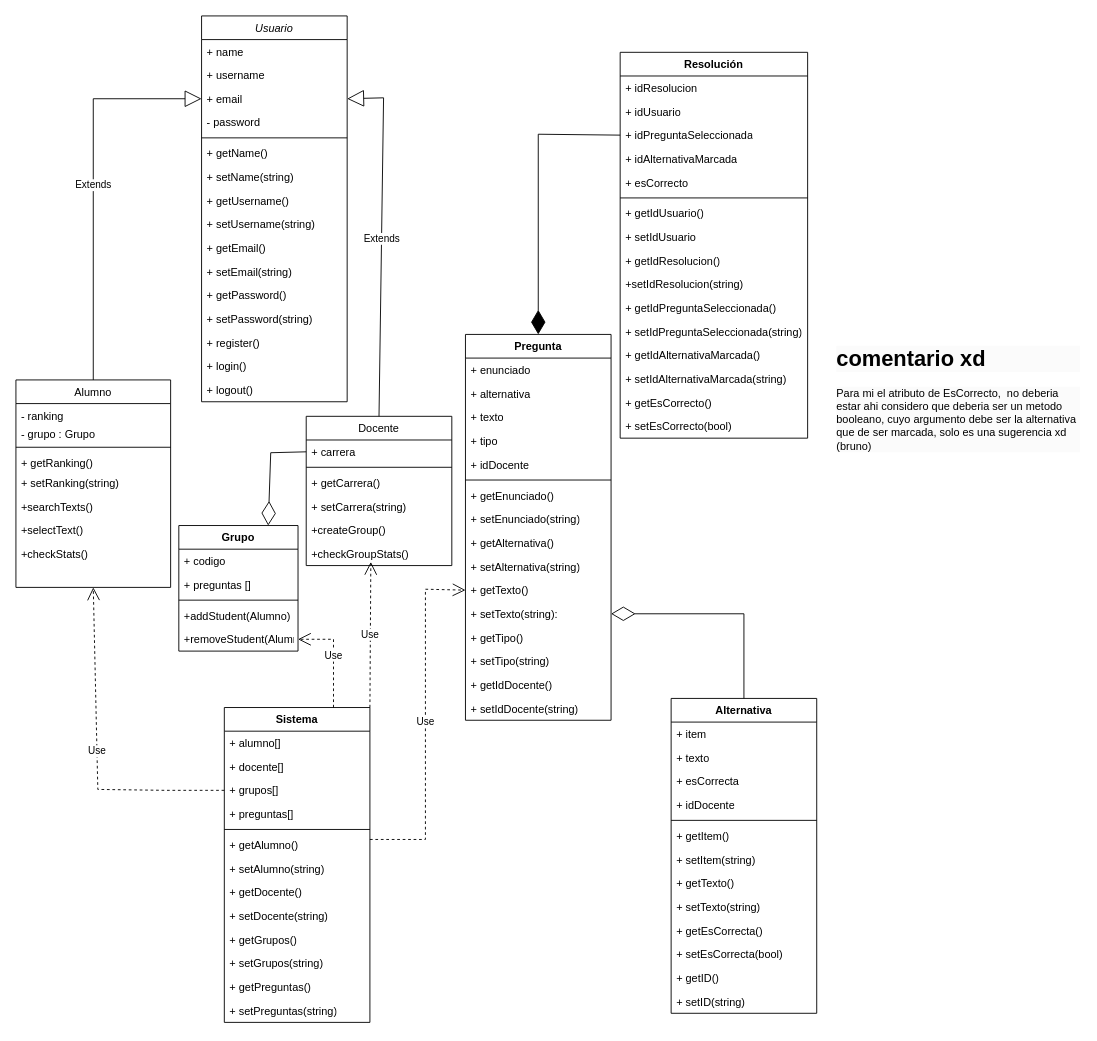
Above: ProjectAlgo2.drawio in jhordannfree/proyectoAlgo2 (draw.io), before the change. Source tidied: cells renumbered, new cells numbered last; positions are measured from the earlier drawing's top-left corner, leaving out a move shared by most shapes. Both pictures are drawn from the tidied source at 91%, with x=0, y=0 at pixel (15, 15).
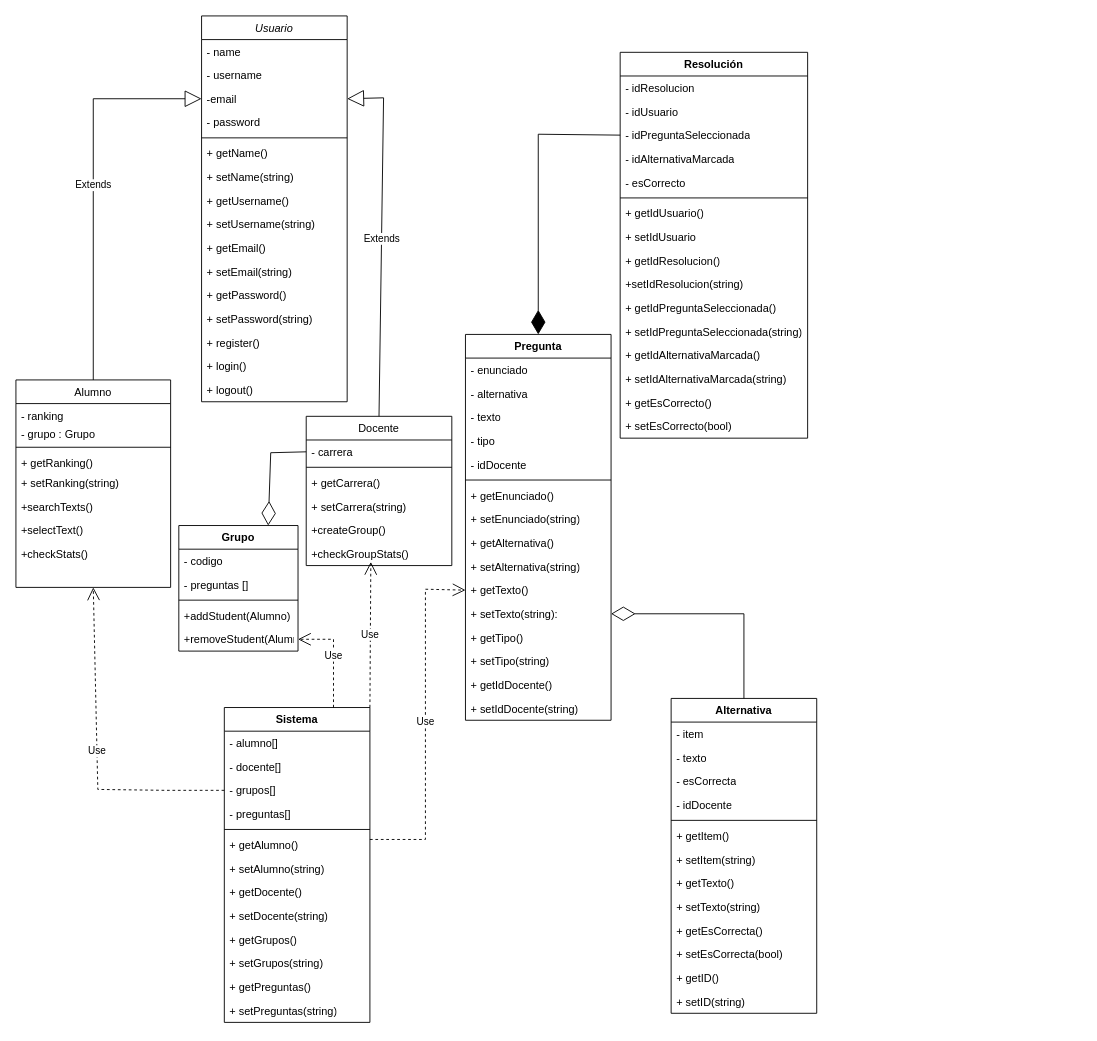
The same diagram, later.

The change refers to these unchanged cells:
```xml
<mxCell id="2" value="Usuario" style="swimlane;fontStyle=2;align=center;verticalAlign=top;horizontal=1;startSize=26;rounded=0;shadow=0;strokeWidth=1;" parent="1" vertex="1">
  <mxGeometry x="204" width="160" height="424" as="geometry" />
</mxCell>
<mxCell id="28" value="Docente" style="swimlane;fontStyle=0;align=center;verticalAlign=top;horizontal=1;startSize=26;rounded=0;shadow=0;strokeWidth=1;" parent="1" vertex="1">
  <mxGeometry x="319" y="440" width="160" height="164" as="geometry" />
</mxCell>
<mxCell id="35" value="Pregunta" style="swimlane;fontStyle=1;align=center;verticalAlign=top;horizontal=1;startSize=26;whiteSpace=wrap;html=1;" parent="1" vertex="1">
  <mxGeometry x="494" y="350" width="160" height="424" as="geometry" />
</mxCell>
<mxCell id="52" value="Grupo" style="swimlane;fontStyle=1;align=center;verticalAlign=top;horizontal=1;startSize=26;whiteSpace=wrap;html=1;" parent="1" vertex="1">
  <mxGeometry x="179" y="560" width="131" height="138" as="geometry" />
</mxCell>
<mxCell id="58" value="Alternativa" style="swimlane;fontStyle=1;align=center;verticalAlign=top;horizontal=1;startSize=26;whiteSpace=wrap;html=1;" parent="1" vertex="1">
  <mxGeometry x="720" y="750" width="160" height="346" as="geometry" />
</mxCell>
<mxCell id="72" value="Sistema" style="swimlane;fontStyle=1;align=center;verticalAlign=top;horizontal=1;startSize=26;whiteSpace=wrap;html=1;" parent="1" vertex="1">
  <mxGeometry x="229" y="760" width="160" height="346" as="geometry" />
</mxCell>
<mxCell id="86" value="Resolución" style="swimlane;fontStyle=1;align=center;verticalAlign=top;horizontal=1;startSize=26;whiteSpace=wrap;html=1;" parent="1" vertex="1">
  <mxGeometry x="664" y="40" width="206" height="424" as="geometry" />
</mxCell>
```

The edit, as a diff of the source:
```diff
@@
-    <mxCell id="3" value="+ name" style="text;align=left;verticalAlign=top;spacingLeft=4;spacingRight=4;overflow=hidden;" parent="2" vertex="1">
+    <mxCell id="3" value="- name" style="text;align=left;verticalAlign=top;spacingLeft=4;spacingRight=4;overflow=hidden;" parent="2" vertex="1">
       <mxGeometry y="26" width="160" height="26" as="geometry" />
     </mxCell>
-    <mxCell id="4" value="+ username" style="text;align=left;verticalAlign=top;spacingLeft=4;spacingRight=4;overflow=hidden;rounded=0;shadow=0;html=0;" parent="2" vertex="1">
+    <mxCell id="4" value="- username" style="text;align=left;verticalAlign=top;spacingLeft=4;spacingRight=4;overflow=hidden;rounded=0;shadow=0;html=0;" parent="2" vertex="1">
       <mxGeometry y="52" width="160" height="26" as="geometry" />
     </mxCell>
-    <mxCell id="5" value="+ email" style="text;align=left;verticalAlign=top;spacingLeft=4;spacingRight=4;overflow=hidden;points=[[0,0.5],[1,0.5]];portConstraint=eastwest;rounded=0;shadow=0;html=0;" parent="2" vertex="1">
+    <mxCell id="5" value="-email" style="text;align=left;verticalAlign=top;spacingLeft=4;spacingRight=4;overflow=hidden;points=[[0,0.5],[1,0.5]];portConstraint=eastwest;rounded=0;shadow=0;html=0;" parent="2" vertex="1">
       <mxGeometry y="78" width="160" height="26" as="geometry" />
     </mxCell>
@@
-    <mxCell id="29" value="+ carrera" style="text;align=left;verticalAlign=top;spacingLeft=4;spacingRight=4;overflow=hidden;points=[[0,0.5],[1,0.5]];portConstraint=eastwest;" parent="28" vertex="1">
+    <mxCell id="29" value="- carrera" style="text;align=left;verticalAlign=top;spacingLeft=4;spacingRight=4;overflow=hidden;points=[[0,0.5],[1,0.5]];portConstraint=eastwest;" parent="28" vertex="1">
       <mxGeometry y="26" width="160" height="26" as="geometry" />
     </mxCell>
@@
-    <mxCell id="36" value="+ enunciado" style="text;strokeColor=none;fillColor=none;align=left;verticalAlign=top;spacingLeft=4;spacingRight=4;overflow=hidden;whiteSpace=wrap;html=1;" parent="35" vertex="1">
+    <mxCell id="36" value="- enunciado" style="text;strokeColor=none;fillColor=none;align=left;verticalAlign=top;spacingLeft=4;spacingRight=4;overflow=hidden;whiteSpace=wrap;html=1;" parent="35" vertex="1">
       <mxGeometry y="26" width="160" height="26" as="geometry" />
     </mxCell>
-    <mxCell id="37" value="+ alternativa" style="text;strokeColor=none;fillColor=none;align=left;verticalAlign=top;spacingLeft=4;spacingRight=4;overflow=hidden;whiteSpace=wrap;html=1;" parent="35" vertex="1">
+    <mxCell id="37" value="- alternativa" style="text;strokeColor=none;fillColor=none;align=left;verticalAlign=top;spacingLeft=4;spacingRight=4;overflow=hidden;whiteSpace=wrap;html=1;" parent="35" vertex="1">
       <mxGeometry y="52" width="160" height="26" as="geometry" />
     </mxCell>
-    <mxCell id="38" value="+ texto" style="text;strokeColor=none;fillColor=none;align=left;verticalAlign=top;spacingLeft=4;spacingRight=4;overflow=hidden;whiteSpace=wrap;html=1;" parent="35" vertex="1">
+    <mxCell id="38" value="- texto" style="text;strokeColor=none;fillColor=none;align=left;verticalAlign=top;spacingLeft=4;spacingRight=4;overflow=hidden;whiteSpace=wrap;html=1;" parent="35" vertex="1">
       <mxGeometry y="78" width="160" height="26" as="geometry" />
     </mxCell>
-    <mxCell id="39" value="+ tipo" style="text;strokeColor=none;fillColor=none;align=left;verticalAlign=top;spacingLeft=4;spacingRight=4;overflow=hidden;whiteSpace=wrap;html=1;" parent="35" vertex="1">
+    <mxCell id="39" value="- tipo" style="text;strokeColor=none;fillColor=none;align=left;verticalAlign=top;spacingLeft=4;spacingRight=4;overflow=hidden;whiteSpace=wrap;html=1;" parent="35" vertex="1">
       <mxGeometry y="104" width="160" height="26" as="geometry" />
     </mxCell>
-    <mxCell id="40" value="+ idDocente" style="text;strokeColor=none;fillColor=none;align=left;verticalAlign=top;spacingLeft=4;spacingRight=4;overflow=hidden;whiteSpace=wrap;html=1;" parent="35" vertex="1">
+    <mxCell id="40" value="- idDocente" style="text;strokeColor=none;fillColor=none;align=left;verticalAlign=top;spacingLeft=4;spacingRight=4;overflow=hidden;whiteSpace=wrap;html=1;" parent="35" vertex="1">
       <mxGeometry y="130" width="160" height="26" as="geometry" />
     </mxCell>
@@
-    <mxCell id="53" value="+ codigo" style="text;strokeColor=none;fillColor=none;align=left;verticalAlign=top;spacingLeft=4;spacingRight=4;overflow=hidden;whiteSpace=wrap;html=1;" parent="52" vertex="1">
+    <mxCell id="53" value="- codigo" style="text;strokeColor=none;fillColor=none;align=left;verticalAlign=top;spacingLeft=4;spacingRight=4;overflow=hidden;whiteSpace=wrap;html=1;" parent="52" vertex="1">
       <mxGeometry y="26" width="131" height="26" as="geometry" />
     </mxCell>
-    <mxCell id="54" value="+ preguntas []" style="text;strokeColor=none;fillColor=none;align=left;verticalAlign=top;spacingLeft=4;spacingRight=4;overflow=hidden;whiteSpace=wrap;html=1;" parent="52" vertex="1">
+    <mxCell id="54" value="- preguntas []" style="text;strokeColor=none;fillColor=none;align=left;verticalAlign=top;spacingLeft=4;spacingRight=4;overflow=hidden;whiteSpace=wrap;html=1;" parent="52" vertex="1">
       <mxGeometry y="52" width="131" height="26" as="geometry" />
     </mxCell>
@@
-    <mxCell id="59" value="+ item" style="text;strokeColor=none;fillColor=none;align=left;verticalAlign=top;spacingLeft=4;spacingRight=4;overflow=hidden;whiteSpace=wrap;html=1;" parent="58" vertex="1">
+    <mxCell id="59" value="- item" style="text;strokeColor=none;fillColor=none;align=left;verticalAlign=top;spacingLeft=4;spacingRight=4;overflow=hidden;whiteSpace=wrap;html=1;" parent="58" vertex="1">
       <mxGeometry y="26" width="160" height="26" as="geometry" />
     </mxCell>
-    <mxCell id="60" value="+ texto" style="text;strokeColor=none;fillColor=none;align=left;verticalAlign=top;spacingLeft=4;spacingRight=4;overflow=hidden;whiteSpace=wrap;html=1;" parent="58" vertex="1">
+    <mxCell id="60" value="- texto" style="text;strokeColor=none;fillColor=none;align=left;verticalAlign=top;spacingLeft=4;spacingRight=4;overflow=hidden;whiteSpace=wrap;html=1;" parent="58" vertex="1">
       <mxGeometry y="52" width="160" height="26" as="geometry" />
     </mxCell>
-    <mxCell id="61" value="+ esCorrecta" style="text;strokeColor=none;fillColor=none;align=left;verticalAlign=top;spacingLeft=4;spacingRight=4;overflow=hidden;whiteSpace=wrap;html=1;" parent="58" vertex="1">
+    <mxCell id="61" value="- esCorrecta" style="text;strokeColor=none;fillColor=none;align=left;verticalAlign=top;spacingLeft=4;spacingRight=4;overflow=hidden;whiteSpace=wrap;html=1;" parent="58" vertex="1">
       <mxGeometry y="78" width="160" height="26" as="geometry" />
     </mxCell>
-    <mxCell id="62" value="+ idDocente" style="text;strokeColor=none;fillColor=none;align=left;verticalAlign=top;spacingLeft=4;spacingRight=4;overflow=hidden;whiteSpace=wrap;html=1;" parent="58" vertex="1">
+    <mxCell id="62" value="-&amp;nbsp;idDocente" style="text;strokeColor=none;fillColor=none;align=left;verticalAlign=top;spacingLeft=4;spacingRight=4;overflow=hidden;whiteSpace=wrap;html=1;" parent="58" vertex="1">
       <mxGeometry y="104" width="160" height="26" as="geometry" />
     </mxCell>
@@
-    <mxCell id="73" value="+ alumno[]&amp;nbsp;" style="text;strokeColor=none;fillColor=none;align=left;verticalAlign=top;spacingLeft=4;spacingRight=4;overflow=hidden;whiteSpace=wrap;html=1;" parent="72" vertex="1">
+    <mxCell id="73" value="- alumno[]&amp;nbsp;" style="text;strokeColor=none;fillColor=none;align=left;verticalAlign=top;spacingLeft=4;spacingRight=4;overflow=hidden;whiteSpace=wrap;html=1;" parent="72" vertex="1">
       <mxGeometry y="26" width="160" height="26" as="geometry" />
     </mxCell>
-    <mxCell id="74" value="+ docente[]&amp;nbsp;" style="text;strokeColor=none;fillColor=none;align=left;verticalAlign=top;spacingLeft=4;spacingRight=4;overflow=hidden;whiteSpace=wrap;html=1;" parent="72" vertex="1">
+    <mxCell id="74" value="- docente[]&amp;nbsp;" style="text;strokeColor=none;fillColor=none;align=left;verticalAlign=top;spacingLeft=4;spacingRight=4;overflow=hidden;whiteSpace=wrap;html=1;" parent="72" vertex="1">
       <mxGeometry y="52" width="160" height="26" as="geometry" />
     </mxCell>
-    <mxCell id="75" value="+ grupos[]" style="text;strokeColor=none;fillColor=none;align=left;verticalAlign=top;spacingLeft=4;spacingRight=4;overflow=hidden;points=[[0,0.5],[1,0.5]];portConstraint=eastwest;whiteSpace=wrap;html=1;" parent="72" vertex="1">
+    <mxCell id="75" value="- grupos[]" style="text;strokeColor=none;fillColor=none;align=left;verticalAlign=top;spacingLeft=4;spacingRight=4;overflow=hidden;points=[[0,0.5],[1,0.5]];portConstraint=eastwest;whiteSpace=wrap;html=1;" parent="72" vertex="1">
       <mxGeometry y="78" width="160" height="26" as="geometry" />
     </mxCell>
-    <mxCell id="76" value="+ preguntas[]" style="text;strokeColor=none;fillColor=none;align=left;verticalAlign=top;spacingLeft=4;spacingRight=4;overflow=hidden;whiteSpace=wrap;html=1;" parent="72" vertex="1">
+    <mxCell id="76" value="- preguntas[]" style="text;strokeColor=none;fillColor=none;align=left;verticalAlign=top;spacingLeft=4;spacingRight=4;overflow=hidden;whiteSpace=wrap;html=1;" parent="72" vertex="1">
       <mxGeometry y="104" width="160" height="26" as="geometry" />
     </mxCell>
@@
-    <mxCell id="87" value="+ idResolucion" style="text;strokeColor=none;fillColor=none;align=left;verticalAlign=top;spacingLeft=4;spacingRight=4;overflow=hidden;whiteSpace=wrap;html=1;" parent="86" vertex="1">
+    <mxCell id="87" value="- idResolucion" style="text;strokeColor=none;fillColor=none;align=left;verticalAlign=top;spacingLeft=4;spacingRight=4;overflow=hidden;whiteSpace=wrap;html=1;" parent="86" vertex="1">
       <mxGeometry y="26" width="206" height="26" as="geometry" />
     </mxCell>
-    <mxCell id="88" value="+ idUsuario" style="text;strokeColor=none;fillColor=none;align=left;verticalAlign=top;spacingLeft=4;spacingRight=4;overflow=hidden;whiteSpace=wrap;html=1;" parent="86" vertex="1">
+    <mxCell id="88" value="- idUsuario" style="text;strokeColor=none;fillColor=none;align=left;verticalAlign=top;spacingLeft=4;spacingRight=4;overflow=hidden;whiteSpace=wrap;html=1;" parent="86" vertex="1">
       <mxGeometry y="52" width="206" height="26" as="geometry" />
     </mxCell>
-    <mxCell id="89" value="+ idPreguntaSeleccionada" style="text;strokeColor=none;fillColor=none;align=left;verticalAlign=top;spacingLeft=4;spacingRight=4;overflow=hidden;points=[[0,0.5],[1,0.5]];portConstraint=eastwest;whiteSpace=wrap;html=1;" parent="86" vertex="1">
+    <mxCell id="89" value="- idPreguntaSeleccionada" style="text;strokeColor=none;fillColor=none;align=left;verticalAlign=top;spacingLeft=4;spacingRight=4;overflow=hidden;points=[[0,0.5],[1,0.5]];portConstraint=eastwest;whiteSpace=wrap;html=1;" parent="86" vertex="1">
       <mxGeometry y="78" width="206" height="26" as="geometry" />
     </mxCell>
-    <mxCell id="90" value="+ idAlternativaMarcada" style="text;strokeColor=none;fillColor=none;align=left;verticalAlign=top;spacingLeft=4;spacingRight=4;overflow=hidden;whiteSpace=wrap;html=1;" parent="86" vertex="1">
+    <mxCell id="90" value="- idAlternativaMarcada" style="text;strokeColor=none;fillColor=none;align=left;verticalAlign=top;spacingLeft=4;spacingRight=4;overflow=hidden;whiteSpace=wrap;html=1;" parent="86" vertex="1">
       <mxGeometry y="104" width="206" height="26" as="geometry" />
     </mxCell>
-    <mxCell id="91" value="+ esCorrecto" style="text;strokeColor=none;fillColor=none;align=left;verticalAlign=top;spacingLeft=4;spacingRight=4;overflow=hidden;whiteSpace=wrap;html=1;" parent="86" vertex="1">
+    <mxCell id="91" value="- esCorrecto" style="text;strokeColor=none;fillColor=none;align=left;verticalAlign=top;spacingLeft=4;spacingRight=4;overflow=hidden;whiteSpace=wrap;html=1;" parent="86" vertex="1">
       <mxGeometry y="130" width="206" height="26" as="geometry" />
     </mxCell>
@@
-    <mxCell id="112" value="&lt;h1 style=&quot;border-color: var(--border-color); color: rgb(0, 0, 0); font-family: Helvetica; font-style: normal; font-variant-ligatures: normal; font-variant-caps: normal; letter-spacing: normal; orphans: 2; text-align: left; text-indent: 0px; text-transform: none; widows: 2; word-spacing: 0px; -webkit-text-stroke-width: 0px; background-color: rgb(251, 251, 251); text-decoration-thickness: initial; text-decoration-style: initial; text-decoration-color: initial;&quot;&gt;comentario xd&lt;/h1&gt;&lt;p style=&quot;border-color: var(--border-color); color: rgb(0, 0, 0); font-family: Helvetica; font-size: 12px; font-style: normal; font-variant-ligatures: normal; font-variant-caps: normal; font-weight: 400; letter-spacing: normal; orphans: 2; text-align: left; text-indent: 0px; text-transform: none; widows: 2; word-spacing: 0px; -webkit-text-stroke-width: 0px; background-color: rgb(251, 251, 251); text-decoration-thickness: initial; text-decoration-style: initial; text-decoration-color: initial;&quot;&gt;Para mi el atributo de EsCorrecto,&amp;nbsp; no deberia estar ahi considero que deberia ser un metodo booleano, cuyo argumento debe ser la alternativa que de ser marcada, solo es una sugerencia xd (bruno)&lt;/p&gt;" style="text;whiteSpace=wrap;html=1;" parent="1" vertex="1">
-      <mxGeometry x="900" y="340" width="270" height="130" as="geometry" />
-    </mxCell>
```
